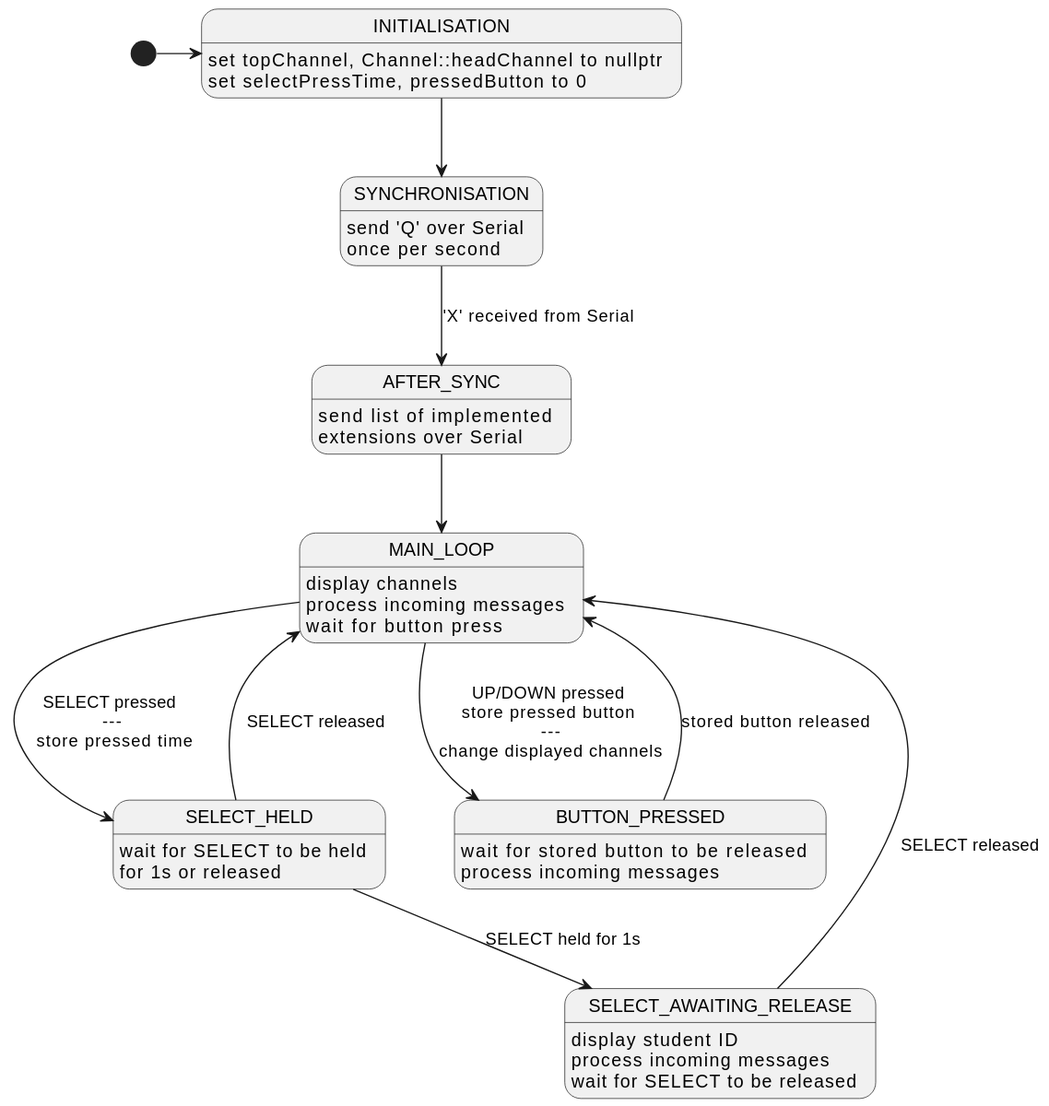
The PlantUML diagram doc/main_fsm.svg in koolskateguy89/arduino_21coa202_cw, before a commit.
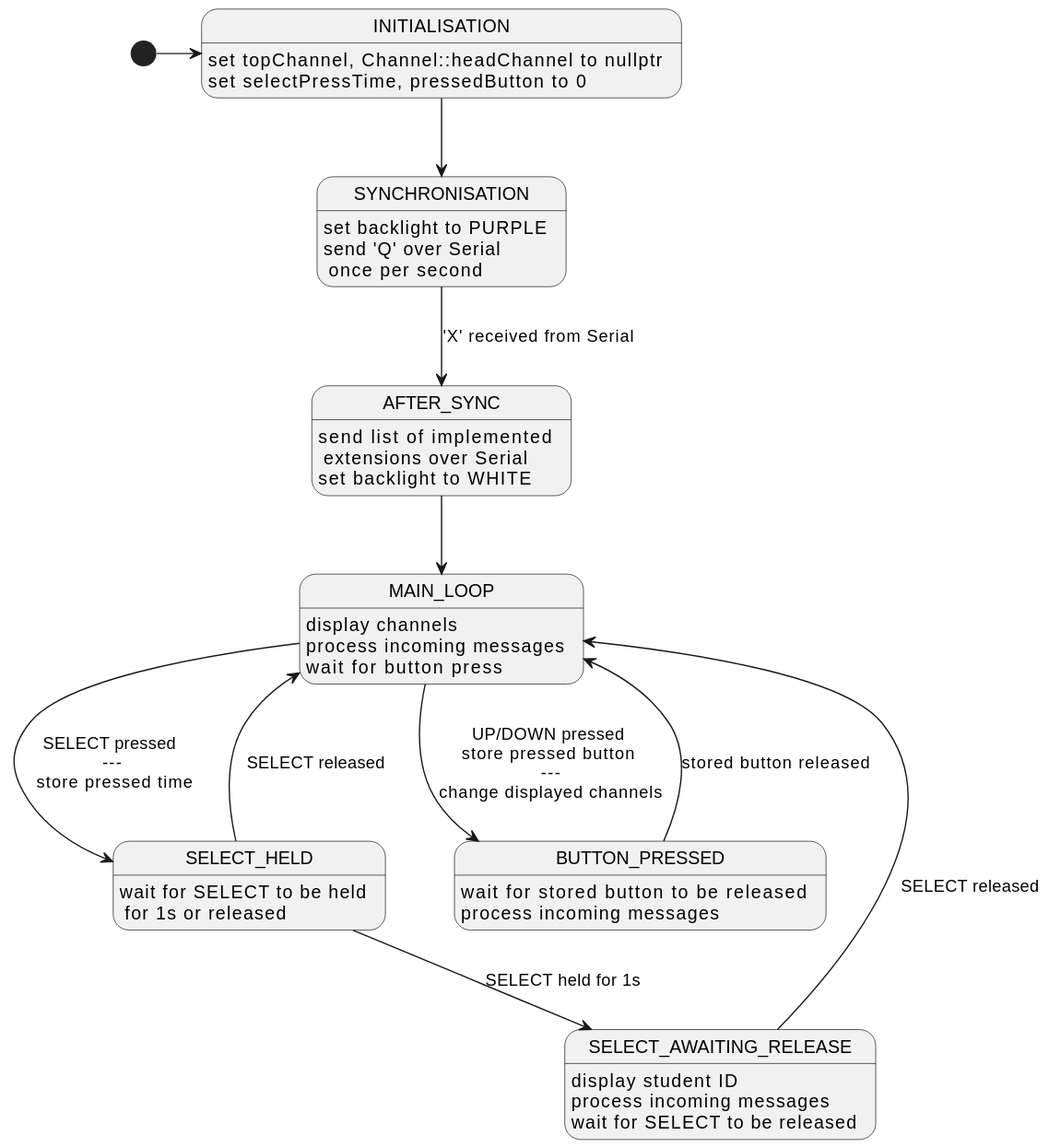
After the change.

Change to the diagram source:
```diff
@@ -2,10 +2,10 @@
 hide empty description
 
 INITIALISATION: set topChannel, Channel::headChannel to nullptr\nset selectPressTime, pressedButton to 0
-SYNCHRONISATION: send 'Q' over Serial\nonce per second
-AFTER_SYNC: send list of implemented\nextensions over Serial
+SYNCHRONISATION: set backlight to PURPLE\nsend 'Q' over Serial\n once per second
+AFTER_SYNC: send list of implemented\n extensions over Serial\nset backlight to WHITE
 MAIN_LOOP: display channels\nprocess incoming messages\nwait for button press
-SELECT_HELD: wait for SELECT to be held\nfor 1s or released
+SELECT_HELD: wait for SELECT to be held\n for 1s or released
 SELECT_AWAITING_RELEASE: display student ID\nprocess incoming messages\nwait for SELECT to be released
 BUTTON_PRESSED: wait for stored button to be released\nprocess incoming messages
 
```
